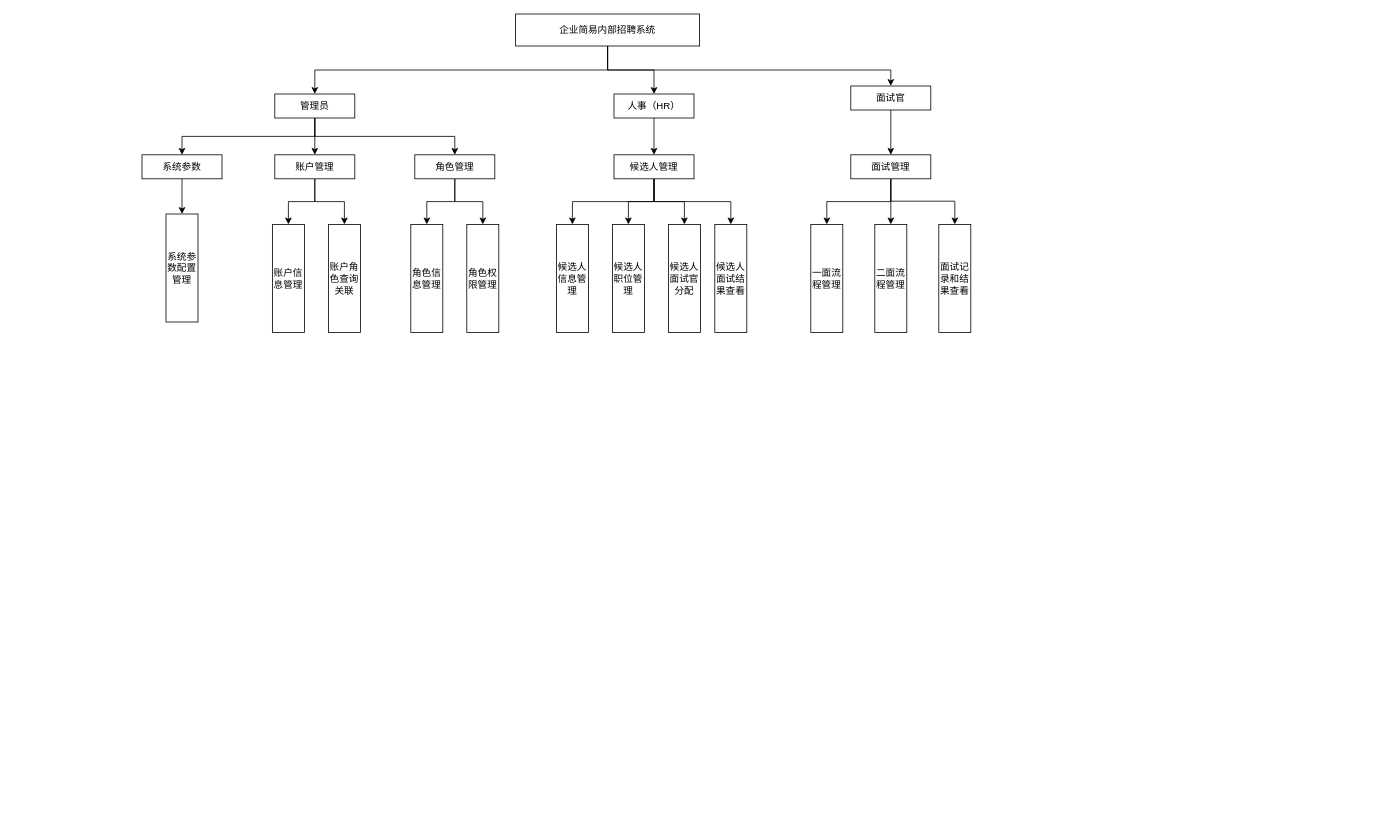
Before: slides/未命名绘图.drawio in lulu202020/Repository01, a draw.io diagram. Source tidied: cells renumbered, new cells numbered last; positions are measured from the earlier drawing's top-left corner, leaving out a move shared by most shapes. Both pictures are drawn from the tidied source at 80%, with x=0, y=0 at pixel (142, 14).
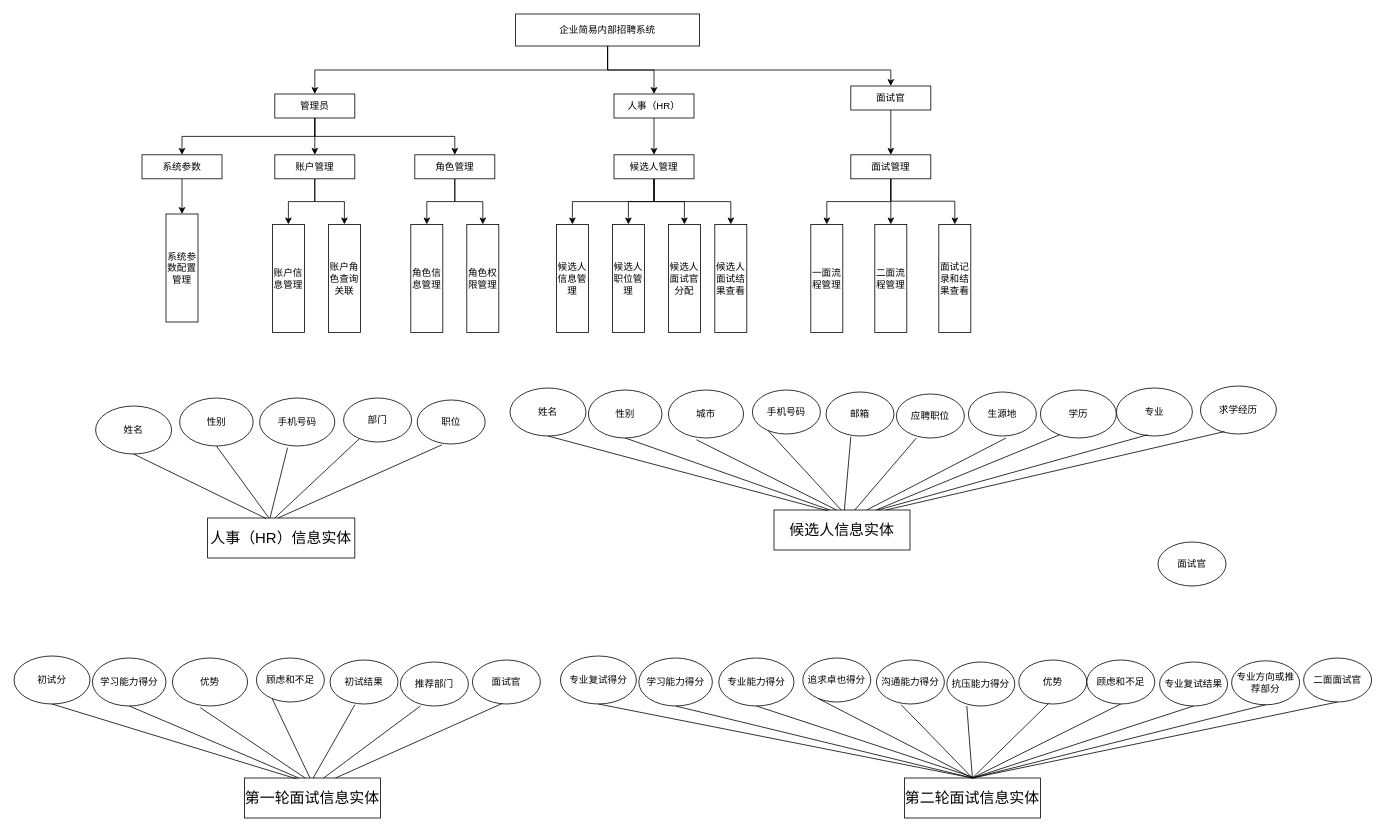
Above is the later version.

Commit message (it also covers changes not shown here):
更新未命名绘图.drawio

The edit, as a diff of the source:
```diff
@@
+    <mxCell id="43" value="&lt;p style=&quot;margin-left: 0pt; text-align: justify; line-height: 28px; font-family: &amp;quot;Times New Roman&amp;quot;; font-size: 14pt;&quot; class=&quot;MsoNormal&quot;&gt;人事&lt;span style=&quot;font-size: 14pt;&quot;&gt;&lt;font face=&quot;仿宋&quot;&gt;（&lt;/font&gt;&lt;/span&gt;&lt;span style=&quot;font-family: 仿宋; font-size: 14pt;&quot;&gt;HR&lt;/span&gt;&lt;span style=&quot;font-size: 14pt;&quot;&gt;&lt;font face=&quot;仿宋&quot;&gt;）&lt;/font&gt;&lt;/span&gt;&lt;span style=&quot;font-family: 仿宋; font-size: 14pt;&quot;&gt;信息实体&lt;/span&gt;&lt;/p&gt;" style="rounded=0;whiteSpace=wrap;html=1;" parent="1" vertex="1">
+      <mxGeometry x="82" y="630" width="184" height="50" as="geometry" />
+    </mxCell>
+    <mxCell id="44" value="姓名" style="ellipse;whiteSpace=wrap;html=1;" parent="1" vertex="1">
+      <mxGeometry x="-58" y="490" width="95" height="60" as="geometry" />
+    </mxCell>
+    <mxCell id="45" value="性别" style="ellipse;whiteSpace=wrap;html=1;" parent="1" vertex="1">
+      <mxGeometry x="47" y="480" width="92" height="60" as="geometry" />
+    </mxCell>
+    <mxCell id="46" style="endArrow=none;html=1;rounded=0;exitX=0.4;exitY=0.017;exitDx=0;exitDy=0;exitPerimeter=0;entryX=0.5;entryY=1;entryDx=0;entryDy=0;" parent="1" edge="1" source="43" target="44">
+      <mxGeometry relative="1" as="geometry" />
+    </mxCell>
+    <mxCell id="47" style="endArrow=none;html=1;rounded=0;exitX=0.417;exitY=0;exitDx=0;exitDy=0;exitPerimeter=0;entryX=0.5;entryY=1;entryDx=0;entryDy=0;" parent="1" edge="1" source="43" target="45">
+      <mxGeometry relative="1" as="geometry" />
+    </mxCell>
+    <mxCell id="48" value="手机号码" style="ellipse;whiteSpace=wrap;html=1;" parent="1" vertex="1">
+      <mxGeometry x="147" y="480" width="94" height="60" as="geometry" />
+    </mxCell>
+    <mxCell id="49" value="部门" style="ellipse;whiteSpace=wrap;html=1;" parent="1" vertex="1">
+      <mxGeometry x="252" y="480" width="85" height="55" as="geometry" />
+    </mxCell>
+    <mxCell id="50" style="endArrow=none;html=1;rounded=0;entryX=0.372;entryY=1.036;entryDx=0;entryDy=0;entryPerimeter=0;" parent="1" edge="1" target="48">
+      <mxGeometry relative="1" as="geometry">
+        <mxPoint x="160" y="630" as="sourcePoint" />
+      </mxGeometry>
+    </mxCell>
+    <mxCell id="51" style="endArrow=none;html=1;rounded=0;entryX=0.232;entryY=0.925;entryDx=0;entryDy=0;entryPerimeter=0;" parent="1" edge="1" target="49">
+      <mxGeometry relative="1" as="geometry">
+        <mxPoint x="166" y="630" as="sourcePoint" />
+      </mxGeometry>
+    </mxCell>
+    <mxCell id="52" value="职位" style="ellipse;whiteSpace=wrap;html=1;" parent="1" vertex="1">
+      <mxGeometry x="344" y="482.5" width="85" height="55" as="geometry" />
+    </mxCell>
+    <mxCell id="53" style="endArrow=none;html=1;rounded=0;entryX=0.365;entryY=1.018;entryDx=0;entryDy=0;entryPerimeter=0;" parent="1" edge="1" target="52">
+      <mxGeometry relative="1" as="geometry">
+        <mxPoint x="170" y="630" as="sourcePoint" />
+      </mxGeometry>
+    </mxCell>
+    <mxCell id="54" value="&lt;p style=&quot;margin-left: 0pt; text-align: justify; line-height: 28px; font-family: &amp;quot;Times New Roman&amp;quot;; font-size: 14pt;&quot; class=&quot;MsoNormal&quot;&gt;候选人信息实体&lt;/p&gt;" style="rounded=0;whiteSpace=wrap;html=1;" parent="1" vertex="1">
+      <mxGeometry x="790" y="620" width="170" height="50" as="geometry" />
+    </mxCell>
+    <mxCell id="55" value="姓名" style="ellipse;whiteSpace=wrap;html=1;" parent="1" vertex="1">
+      <mxGeometry x="460" y="467.5" width="95" height="60" as="geometry" />
+    </mxCell>
+    <mxCell id="56" value="性别" style="ellipse;whiteSpace=wrap;html=1;" parent="1" vertex="1">
+      <mxGeometry x="558" y="470" width="92" height="60" as="geometry" />
+    </mxCell>
+    <mxCell id="57" style="endArrow=none;html=1;rounded=0;exitX=0.417;exitY=0;exitDx=0;exitDy=0;exitPerimeter=0;entryX=0.5;entryY=1;entryDx=0;entryDy=0;" parent="1" edge="1" target="56">
+      <mxGeometry relative="1" as="geometry">
+        <mxPoint x="860" y="620" as="sourcePoint" />
+      </mxGeometry>
+    </mxCell>
+    <mxCell id="58" value="城市" style="ellipse;whiteSpace=wrap;html=1;" parent="1" vertex="1">
+      <mxGeometry x="658" y="470" width="94" height="60" as="geometry" />
+    </mxCell>
+    <mxCell id="59" value="手机号码" style="ellipse;whiteSpace=wrap;html=1;" parent="1" vertex="1">
+      <mxGeometry x="763" y="470" width="85" height="55" as="geometry" />
+    </mxCell>
+    <mxCell id="60" style="endArrow=none;html=1;rounded=0;entryX=0.372;entryY=1.036;entryDx=0;entryDy=0;entryPerimeter=0;" parent="1" edge="1" target="58">
+      <mxGeometry relative="1" as="geometry">
+        <mxPoint x="868" y="620" as="sourcePoint" />
+      </mxGeometry>
+    </mxCell>
+    <mxCell id="61" style="endArrow=none;html=1;rounded=0;entryX=0.232;entryY=0.925;entryDx=0;entryDy=0;entryPerimeter=0;" parent="1" edge="1" target="59">
+      <mxGeometry relative="1" as="geometry">
+        <mxPoint x="874" y="620" as="sourcePoint" />
+      </mxGeometry>
+    </mxCell>
+    <mxCell id="62" value="邮箱" style="ellipse;whiteSpace=wrap;html=1;" parent="1" vertex="1">
+      <mxGeometry x="855" y="472.5" width="85" height="55" as="geometry" />
+    </mxCell>
+    <mxCell id="63" style="endArrow=none;html=1;rounded=0;entryX=0.365;entryY=1.018;entryDx=0;entryDy=0;entryPerimeter=0;" parent="1" edge="1" target="62">
+      <mxGeometry relative="1" as="geometry">
+        <mxPoint x="878" y="620" as="sourcePoint" />
+      </mxGeometry>
+    </mxCell>
+    <mxCell id="64" style="endArrow=none;html=1;rounded=0;exitX=0.4;exitY=0.017;exitDx=0;exitDy=0;exitPerimeter=0;entryX=0.5;entryY=1;entryDx=0;entryDy=0;" parent="1" edge="1" target="55">
+      <mxGeometry relative="1" as="geometry">
+        <mxPoint x="857" y="621" as="sourcePoint" />
+      </mxGeometry>
+    </mxCell>
+    <mxCell id="65" value="应聘职位" style="ellipse;whiteSpace=wrap;html=1;" parent="1" vertex="1">
+      <mxGeometry x="943" y="475" width="85" height="55" as="geometry" />
+    </mxCell>
+    <mxCell id="66" value="生源地" style="ellipse;whiteSpace=wrap;html=1;" parent="1" vertex="1">
+      <mxGeometry x="1033" y="472.5" width="85" height="55" as="geometry" />
+    </mxCell>
+    <mxCell id="67" style="endArrow=none;html=1;rounded=0;exitX=0.594;exitY=0;exitDx=0;exitDy=0;exitPerimeter=0;entryX=0.294;entryY=1;entryDx=0;entryDy=0;entryPerimeter=0;" parent="1" edge="1" source="54" target="65">
+      <mxGeometry relative="1" as="geometry" />
+    </mxCell>
+    <mxCell id="68" value="学历" style="ellipse;whiteSpace=wrap;html=1;" parent="1" vertex="1">
+      <mxGeometry x="1123" y="470" width="95" height="60" as="geometry" />
+    </mxCell>
+    <mxCell id="69" value="专业" style="ellipse;whiteSpace=wrap;html=1;" parent="1" vertex="1">
+      <mxGeometry x="1218" y="467.5" width="95" height="60" as="geometry" />
+    </mxCell>
+    <mxCell id="70" value="求学经历" style="ellipse;whiteSpace=wrap;html=1;" parent="1" vertex="1">
+      <mxGeometry x="1323" y="465" width="95" height="60" as="geometry" />
+    </mxCell>
+    <mxCell id="71" style="endArrow=none;html=1;rounded=0;entryX=0.253;entryY=0.933;entryDx=0;entryDy=0;entryPerimeter=0;exitX=0.75;exitY=0;exitDx=0;exitDy=0;" parent="1" edge="1" source="54" target="68">
+      <mxGeometry relative="1" as="geometry" />
+    </mxCell>
+    <mxCell id="72" style="endArrow=none;html=1;rounded=0;entryX=0.411;entryY=0.975;entryDx=0;entryDy=0;entryPerimeter=0;" parent="1" edge="1" target="69">
+      <mxGeometry relative="1" as="geometry">
+        <mxPoint x="920" y="620" as="sourcePoint" />
+      </mxGeometry>
+    </mxCell>
+    <mxCell id="73" style="endArrow=none;html=1;rounded=0;entryX=0.316;entryY=0.95;entryDx=0;entryDy=0;entryPerimeter=0;" parent="1" edge="1" target="70">
+      <mxGeometry relative="1" as="geometry">
+        <mxPoint x="930" y="620" as="sourcePoint" />
+      </mxGeometry>
+    </mxCell>
+    <mxCell id="74" style="endArrow=none;html=1;rounded=0;exitX=0.682;exitY=0;exitDx=0;exitDy=0;exitPerimeter=0;" parent="1" edge="1" source="54">
+      <mxGeometry relative="1" as="geometry">
+        <mxPoint x="1080" y="530" as="targetPoint" />
+      </mxGeometry>
+    </mxCell>
+    <mxCell id="75" value="&lt;p style=&quot;margin-left: 0pt; text-align: justify; line-height: 28px; font-family: &amp;quot;Times New Roman&amp;quot;; font-size: 14pt;&quot; class=&quot;MsoNormal&quot;&gt;第一轮面试信息实体&lt;/p&gt;" style="rounded=0;whiteSpace=wrap;html=1;" parent="1" vertex="1">
+      <mxGeometry x="128" y="955" width="170" height="50" as="geometry" />
+    </mxCell>
+    <mxCell id="76" value="初试分" style="ellipse;whiteSpace=wrap;html=1;" parent="1" vertex="1">
+      <mxGeometry x="-160" y="802.5" width="95" height="60" as="geometry" />
+    </mxCell>
+    <mxCell id="77" value="学习能力得分" style="ellipse;whiteSpace=wrap;html=1;" parent="1" vertex="1">
+      <mxGeometry x="-62" y="805" width="92" height="60" as="geometry" />
+    </mxCell>
+    <mxCell id="78" style="endArrow=none;html=1;rounded=0;exitX=0.417;exitY=0;exitDx=0;exitDy=0;exitPerimeter=0;entryX=0.5;entryY=1;entryDx=0;entryDy=0;" parent="1" edge="1" target="77">
+      <mxGeometry relative="1" as="geometry">
+        <mxPoint x="196" y="955" as="sourcePoint" />
+      </mxGeometry>
+    </mxCell>
+    <mxCell id="79" value="优势" style="ellipse;whiteSpace=wrap;html=1;" parent="1" vertex="1">
+      <mxGeometry x="38" y="805" width="94" height="60" as="geometry" />
+    </mxCell>
+    <mxCell id="80" value="顾虑和不足" style="ellipse;whiteSpace=wrap;html=1;" parent="1" vertex="1">
+      <mxGeometry x="143" y="805" width="85" height="55" as="geometry" />
+    </mxCell>
+    <mxCell id="81" style="endArrow=none;html=1;rounded=0;entryX=0.372;entryY=1.036;entryDx=0;entryDy=0;entryPerimeter=0;" parent="1" edge="1" target="79">
+      <mxGeometry relative="1" as="geometry">
+        <mxPoint x="204" y="955" as="sourcePoint" />
+      </mxGeometry>
+    </mxCell>
+    <mxCell id="82" style="endArrow=none;html=1;rounded=0;entryX=0.232;entryY=0.925;entryDx=0;entryDy=0;entryPerimeter=0;" parent="1" edge="1" target="80">
+      <mxGeometry relative="1" as="geometry">
+        <mxPoint x="210" y="955" as="sourcePoint" />
+      </mxGeometry>
+    </mxCell>
+    <mxCell id="83" value="初试结果" style="ellipse;whiteSpace=wrap;html=1;" parent="1" vertex="1">
+      <mxGeometry x="235" y="807.5" width="85" height="55" as="geometry" />
+    </mxCell>
+    <mxCell id="84" style="endArrow=none;html=1;rounded=0;entryX=0.365;entryY=1.018;entryDx=0;entryDy=0;entryPerimeter=0;" parent="1" edge="1" target="83">
+      <mxGeometry relative="1" as="geometry">
+        <mxPoint x="214" y="955" as="sourcePoint" />
+      </mxGeometry>
+    </mxCell>
+    <mxCell id="85" style="endArrow=none;html=1;rounded=0;exitX=0.4;exitY=0.017;exitDx=0;exitDy=0;exitPerimeter=0;entryX=0.5;entryY=1;entryDx=0;entryDy=0;" parent="1" edge="1" target="76">
+      <mxGeometry relative="1" as="geometry">
+        <mxPoint x="193" y="956" as="sourcePoint" />
+      </mxGeometry>
+    </mxCell>
+    <mxCell id="86" value="推荐部门" style="ellipse;whiteSpace=wrap;html=1;" parent="1" vertex="1">
+      <mxGeometry x="323" y="810" width="85" height="55" as="geometry" />
+    </mxCell>
+    <mxCell id="87" value="面试官" style="ellipse;whiteSpace=wrap;html=1;" parent="1" vertex="1">
+      <mxGeometry x="413" y="807.5" width="85" height="55" as="geometry" />
+    </mxCell>
+    <mxCell id="88" style="endArrow=none;html=1;rounded=0;exitX=0.594;exitY=0;exitDx=0;exitDy=0;exitPerimeter=0;entryX=0.294;entryY=1;entryDx=0;entryDy=0;entryPerimeter=0;" parent="1" edge="1" target="86">
+      <mxGeometry relative="1" as="geometry">
+        <mxPoint x="227" y="955" as="sourcePoint" />
+      </mxGeometry>
+    </mxCell>
+    <mxCell id="89" style="endArrow=none;html=1;rounded=0;exitX=0.682;exitY=0;exitDx=0;exitDy=0;exitPerimeter=0;entryX=0.435;entryY=0.991;entryDx=0;entryDy=0;entryPerimeter=0;" parent="1" edge="1" target="87">
+      <mxGeometry relative="1" as="geometry">
+        <mxPoint x="241.9" y="955" as="sourcePoint" />
+      </mxGeometry>
+    </mxCell>
+    <mxCell id="90" value="&lt;p style=&quot;margin-left: 0pt; text-align: justify; line-height: 28px; font-family: &amp;quot;Times New Roman&amp;quot;; font-size: 14pt;&quot; class=&quot;MsoNormal&quot;&gt;第二轮面试信息实体&lt;/p&gt;" style="rounded=0;whiteSpace=wrap;html=1;" parent="1" vertex="1">
+      <mxGeometry x="953" y="955" width="170" height="50" as="geometry" />
+    </mxCell>
+    <mxCell id="91" value="专业复试得分" style="ellipse;whiteSpace=wrap;html=1;" parent="1" vertex="1">
+      <mxGeometry x="523" y="802.5" width="95" height="60" as="geometry" />
+    </mxCell>
+    <mxCell id="92" value="学习能力得分" style="ellipse;whiteSpace=wrap;html=1;" parent="1" vertex="1">
+      <mxGeometry x="621" y="805" width="92" height="60" as="geometry" />
+    </mxCell>
+    <mxCell id="93" style="endArrow=none;html=1;rounded=0;exitX=0.5;exitY=0;exitDx=0;exitDy=0;entryX=0.5;entryY=1;entryDx=0;entryDy=0;" parent="1" edge="1" source="90" target="92">
+      <mxGeometry relative="1" as="geometry" />
+    </mxCell>
+    <mxCell id="94" value="专业能力得分" style="ellipse;whiteSpace=wrap;html=1;" parent="1" vertex="1">
+      <mxGeometry x="721" y="805" width="94" height="60" as="geometry" />
+    </mxCell>
+    <mxCell id="95" value="追求卓也得分" style="ellipse;whiteSpace=wrap;html=1;" parent="1" vertex="1">
+      <mxGeometry x="826" y="805" width="85" height="55" as="geometry" />
+    </mxCell>
+    <mxCell id="96" style="endArrow=none;html=1;rounded=0;entryX=0.5;entryY=1;entryDx=0;entryDy=0;" parent="1" edge="1" target="94">
+      <mxGeometry relative="1" as="geometry">
+        <mxPoint x="1042" y="955" as="sourcePoint" />
+      </mxGeometry>
+    </mxCell>
+    <mxCell id="97" style="endArrow=none;html=1;rounded=0;entryX=0.232;entryY=0.925;entryDx=0;entryDy=0;entryPerimeter=0;exitX=0.5;exitY=0;exitDx=0;exitDy=0;" parent="1" edge="1" source="90" target="95">
+      <mxGeometry relative="1" as="geometry" />
+    </mxCell>
+    <mxCell id="98" value="沟通能力得分" style="ellipse;whiteSpace=wrap;html=1;" parent="1" vertex="1">
+      <mxGeometry x="918" y="807.5" width="85" height="55" as="geometry" />
+    </mxCell>
+    <mxCell id="99" style="endArrow=none;html=1;rounded=0;entryX=0.365;entryY=1.018;entryDx=0;entryDy=0;entryPerimeter=0;exitX=0.5;exitY=0;exitDx=0;exitDy=0;" parent="1" edge="1" source="90" target="98">
+      <mxGeometry relative="1" as="geometry" />
+    </mxCell>
+    <mxCell id="100" style="endArrow=none;html=1;rounded=0;exitX=0.5;exitY=0;exitDx=0;exitDy=0;entryX=0.5;entryY=1;entryDx=0;entryDy=0;" parent="1" edge="1" source="90" target="91">
+      <mxGeometry relative="1" as="geometry" />
+    </mxCell>
+    <mxCell id="101" value="抗压能力得分" style="ellipse;whiteSpace=wrap;html=1;" parent="1" vertex="1">
+      <mxGeometry x="1006" y="810" width="85" height="55" as="geometry" />
+    </mxCell>
+    <mxCell id="102" value="优势" style="ellipse;whiteSpace=wrap;html=1;" parent="1" vertex="1">
+      <mxGeometry x="1096" y="807.5" width="85" height="55" as="geometry" />
+    </mxCell>
+    <mxCell id="103" style="endArrow=none;html=1;rounded=0;exitX=0.5;exitY=0;exitDx=0;exitDy=0;entryX=0.294;entryY=1;entryDx=0;entryDy=0;entryPerimeter=0;" parent="1" edge="1" source="90" target="101">
+      <mxGeometry relative="1" as="geometry" />
+    </mxCell>
+    <mxCell id="104" style="endArrow=none;html=1;rounded=0;exitX=0.5;exitY=0;exitDx=0;exitDy=0;entryX=0.435;entryY=0.991;entryDx=0;entryDy=0;entryPerimeter=0;" parent="1" edge="1" source="90" target="102">
+      <mxGeometry relative="1" as="geometry" />
+    </mxCell>
+    <mxCell id="105" value="顾虑和不足" style="ellipse;whiteSpace=wrap;html=1;" parent="1" vertex="1">
+      <mxGeometry x="1181" y="807.5" width="85" height="55" as="geometry" />
+    </mxCell>
+    <mxCell id="106" value="专业复试结果" style="ellipse;whiteSpace=wrap;html=1;" parent="1" vertex="1">
+      <mxGeometry x="1272" y="810" width="85" height="55" as="geometry" />
+    </mxCell>
+    <mxCell id="107" value="专业方向或推荐部分" style="ellipse;whiteSpace=wrap;html=1;" parent="1" vertex="1">
+      <mxGeometry x="1362" y="808.5" width="85" height="55" as="geometry" />
+    </mxCell>
+    <mxCell id="108" value="面试官" style="ellipse;whiteSpace=wrap;html=1;" parent="1" vertex="1">
+      <mxGeometry x="1270" y="660" width="85" height="55" as="geometry" />
+    </mxCell>
+    <mxCell id="109" value="二面面试官" style="ellipse;whiteSpace=wrap;html=1;" parent="1" vertex="1">
+      <mxGeometry x="1452" y="805" width="85" height="55" as="geometry" />
+    </mxCell>
+    <mxCell id="110" style="endArrow=none;html=1;rounded=0;exitX=0.5;exitY=0;exitDx=0;exitDy=0;entryX=0.5;entryY=1;entryDx=0;entryDy=0;" parent="1" edge="1" source="90" target="105">
+      <mxGeometry relative="1" as="geometry" />
+    </mxCell>
+    <mxCell id="111" style="endArrow=none;html=1;rounded=0;entryX=0.5;entryY=1;entryDx=0;entryDy=0;exitX=0.5;exitY=0;exitDx=0;exitDy=0;" parent="1" edge="1" source="90" target="109">
+      <mxGeometry relative="1" as="geometry" />
+    </mxCell>
+    <mxCell id="112" style="endArrow=none;html=1;rounded=0;entryX=0.5;entryY=1;entryDx=0;entryDy=0;exitX=0.5;exitY=0;exitDx=0;exitDy=0;" parent="1" edge="1" source="90" target="106">
+      <mxGeometry relative="1" as="geometry" />
+    </mxCell>
+    <mxCell id="113" style="endArrow=none;html=1;rounded=0;entryX=0.5;entryY=1;entryDx=0;entryDy=0;exitX=0.5;exitY=0;exitDx=0;exitDy=0;" parent="1" edge="1" source="90" target="107">
+      <mxGeometry relative="1" as="geometry" />
+    </mxCell>
```
